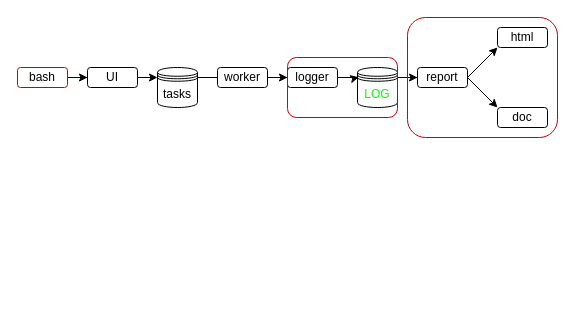
Before: general/general.drawio in NikitaOrlov357/tasks-executor-documentation-final, a draw.io diagram. Source tidied: cells renumbered, new cells numbered last; positions are measured from the earlier drawing's top-left corner, leaving out a move shared by most shapes. Both pictures are drawn from the tidied source at 100%, with x=0, y=0 at pixel (17, 17).
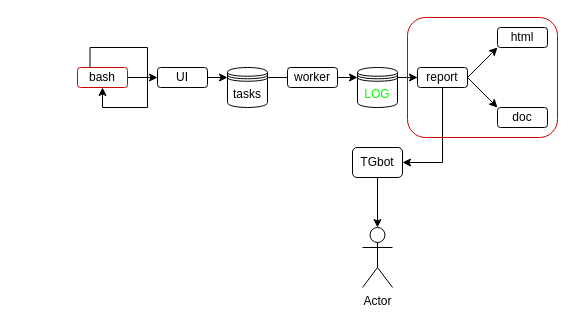
The same page after the edit.

The change refers to these unchanged cells:
```xml
<mxCell id="13" value="&lt;font color=&quot;#00ff00&quot;&gt;LOG&lt;/font&gt;" style="shape=datastore;whiteSpace=wrap;html=1;" parent="1" vertex="1">
  <mxGeometry x="340" y="50" width="40" height="40" as="geometry" />
</mxCell>
<mxCell id="14" value="report" style="rounded=1;whiteSpace=wrap;html=1;" parent="1" vertex="1">
  <mxGeometry x="400" y="50" width="50" height="20" as="geometry" />
</mxCell>
```

The edit, as a diff of the source:
```diff
@@
     <mxCell id="2" style="edgeStyle=orthogonalEdgeStyle;rounded=0;jettySize=auto;html=1;entryX=0;entryY=0.5;entryDx=0;entryDy=0;" parent="1" edge="1" source="3" target="9">
       <mxGeometry relative="1" as="geometry">
         <Array as="points">
-          <mxPoint x="210" y="60" />
-          <mxPoint x="210" y="60" />
+          <mxPoint x="280" y="60" />
+          <mxPoint x="280" y="60" />
         </Array>
       </mxGeometry>
     </mxCell>
     <mxCell id="3" value="tasks" style="shape=datastore;whiteSpace=wrap;html=1;" parent="1" vertex="1">
-      <mxGeometry x="140" y="50" width="40" height="40" as="geometry" />
+      <mxGeometry x="210" y="50" width="40" height="40" as="geometry" />
     </mxCell>
@@
     <mxCell id="5" value="bash" style="rounded=1;whiteSpace=wrap;html=1;strokeColor=#CC0000;" parent="1" vertex="1">
-      <mxGeometry y="50" width="50" height="20" as="geometry" />
+      <mxGeometry x="60" y="50" width="50" height="20" as="geometry" />
     </mxCell>
     <mxCell id="6" style="edgeStyle=orthogonalEdgeStyle;rounded=0;jettySize=auto;html=1;" parent="1" edge="1" source="7">
       <mxGeometry relative="1" as="geometry">
-        <mxPoint x="140" y="60" as="targetPoint" />
+        <mxPoint x="210" y="60" as="targetPoint" />
         <Array as="points">
-          <mxPoint x="140" y="60" />
-          <mxPoint x="140" y="60" />
+          <mxPoint x="210" y="60" />
+          <mxPoint x="210" y="60" />
         </Array>
       </mxGeometry>
     </mxCell>
     <mxCell id="7" value="UI" style="rounded=1;whiteSpace=wrap;html=1;" parent="1" vertex="1">
-      <mxGeometry x="70" y="50" width="50" height="20" as="geometry" />
+      <mxGeometry x="140" y="50" width="50" height="20" as="geometry" />
     </mxCell>
-    <mxCell id="8" style="edgeStyle=orthogonalEdgeStyle;rounded=0;jettySize=auto;html=1;" parent="1" edge="1" source="9" target="11">
-      <mxGeometry relative="1" as="geometry" />
+    <mxCell id="8" style="edgeStyle=orthogonalEdgeStyle;rounded=0;jettySize=auto;html=1;" parent="1" edge="1" source="9">
+      <mxGeometry relative="1" as="geometry">
+        <mxPoint x="340" y="60" as="targetPoint" />
+      </mxGeometry>
     </mxCell>
     <mxCell id="9" value="worker" style="rounded=1;whiteSpace=wrap;html=1;" parent="1" vertex="1">
-      <mxGeometry x="200" y="50" width="50" height="20" as="geometry" />
+      <mxGeometry x="270" y="50" width="50" height="20" as="geometry" />
     </mxCell>
-    <mxCell id="10" style="edgeStyle=orthogonalEdgeStyle;rounded=0;jettySize=auto;html=1;entryX=0.033;entryY=0.242;entryDx=0;entryDy=0;entryPerimeter=0;" parent="1" edge="1" source="11" target="13">
-      <mxGeometry relative="1" as="geometry" />
-    </mxCell>
-    <mxCell id="11" value="logger" style="rounded=1;whiteSpace=wrap;html=1;" parent="1" vertex="1">
-      <mxGeometry x="270" y="50" width="50" height="20" as="geometry" />
-    </mxCell>
@@
+    <mxCell id="21" style="edgeStyle=orthogonalEdgeStyle;rounded=0;jettySize=auto;html=1;exitX=0.5;exitY=1;exitDx=0;exitDy=0;entryX=1;entryY=0.5;entryDx=0;entryDy=0;" parent="1" edge="1" source="14" target="23">
+      <mxGeometry relative="1" as="geometry" />
+    </mxCell>
@@
-    <mxCell id="19" style="rounded=1;whiteSpace=wrap;html=1;sketch=0;strokeColor=#CC0000;shadow=0;fillColor=none;" parent="1" vertex="1">
-      <mxGeometry x="270" y="40" width="110" height="60" as="geometry" />
-    </mxCell>
@@
+    <mxCell id="22" style="edgeStyle=orthogonalEdgeStyle;rounded=0;jettySize=auto;html=1;exitX=0.5;exitY=1;exitDx=0;exitDy=0;entryX=0.5;entryY=0;entryDx=0;entryDy=0;entryPerimeter=0;" parent="1" edge="1" source="23" target="24">
+      <mxGeometry relative="1" as="geometry" />
+    </mxCell>
+    <mxCell id="23" value="TGbot" style="rounded=1;whiteSpace=wrap;html=1;" parent="1" vertex="1">
+      <mxGeometry x="335" y="130" width="50" height="30" as="geometry" />
+    </mxCell>
+    <mxCell id="24" value="Actor" style="shape=umlActor;verticalLabelPosition=bottom;verticalAlign=top;html=1;outlineConnect=0;shadow=0;" parent="1" vertex="1">
+      <mxGeometry x="345" y="210" width="30" height="60" as="geometry" />
+    </mxCell>
+    <mxCell id="25" style="edgeStyle=orthogonalEdgeStyle;rounded=0;orthogonalLoop=1;jettySize=auto;html=1;exitX=0.25;exitY=0;exitDx=0;exitDy=0;" parent="1" edge="1" source="5" target="5">
+      <mxGeometry relative="1" as="geometry" />
+    </mxCell>
```
